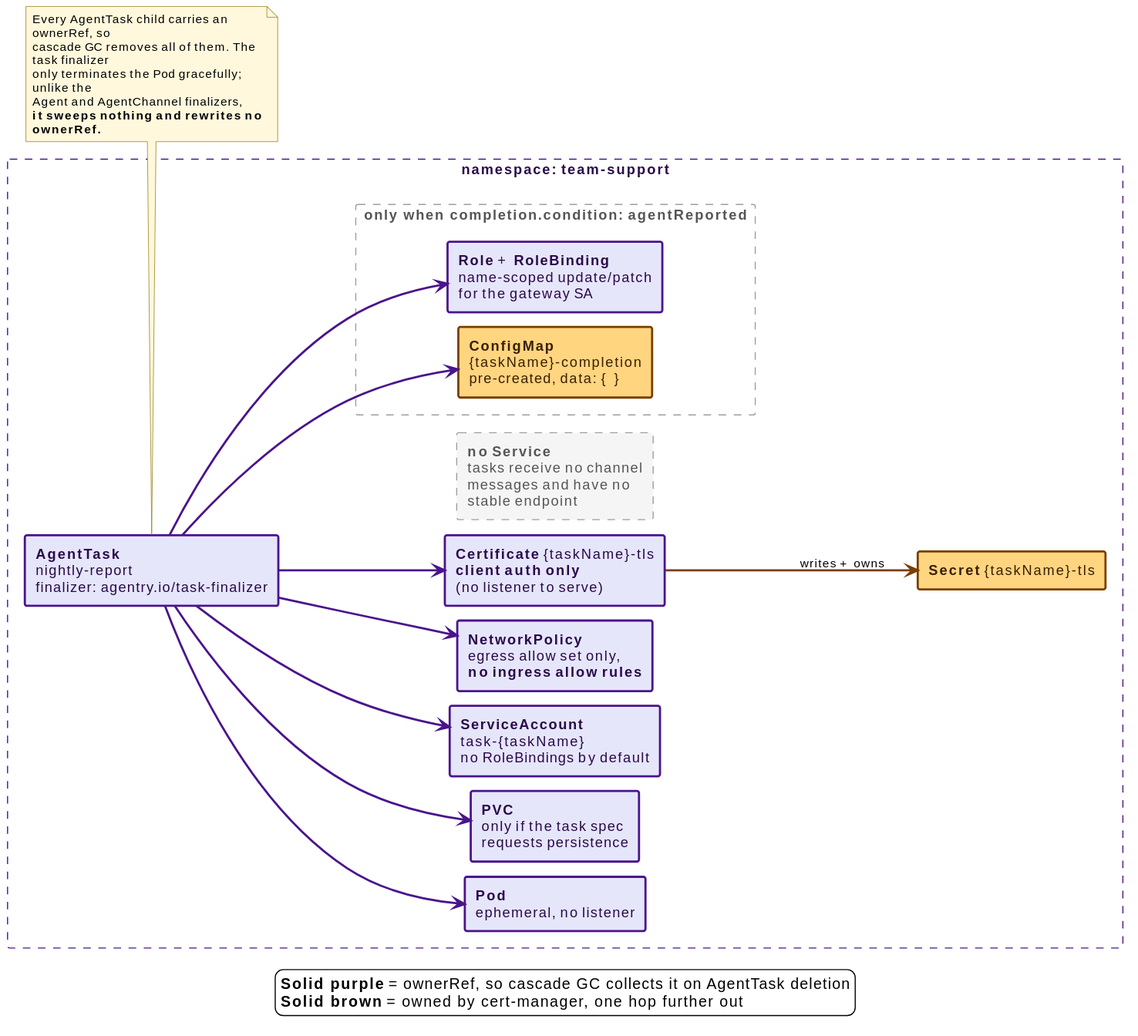
Before: docs/src/diagrams/child-resource-ownership-task.svg, a diagram exported from PlantUML (win07xp/kaalm). The source it was exported from:
```plantuml
@startuml
!include _style.puml
left to right direction

skinparam nodesep 14
skinparam ranksep 60
skinparam rectangle {
  roundCorner 4
}

rectangle "namespace: **team-support**" as ns #line:4A148C;line.dashed;text:2a0a4a {

  rectangle "**AgentTask**\nnightly-report\nfinalizer: agentry.io/task-finalizer" as task #back:E6E6FA;line:4A148C;line.bold;text:2a0a4a

  rectangle "**Pod**\nephemeral, no listener" as pod #back:E6E6FA;line:4A148C;line.bold;text:2a0a4a
  rectangle "**PVC**\nonly if the task spec\nrequests persistence" as pvc #back:E6E6FA;line:4A148C;line.bold;text:2a0a4a
  rectangle "**ServiceAccount**\ntask-{taskName}\nno RoleBindings by default" as sa #back:E6E6FA;line:4A148C;line.bold;text:2a0a4a
  rectangle "**NetworkPolicy**\negress allow set only,\n**no ingress allow rules**" as np #back:E6E6FA;line:4A148C;line.bold;text:2a0a4a
  rectangle "**Certificate** {taskName}-tls\n**client auth only**\n(no listener to serve)" as cert #back:E6E6FA;line:4A148C;line.bold;text:2a0a4a

  rectangle "**Secret** {taskName}-tls" as secret #back:FFD580;line:7a3f00;line.bold;text:3a1f00

  rectangle "only when completion.condition: **agentReported**" as reported #line:9E9E9E;line.dashed;text:555555 {
    rectangle "**ConfigMap**\n{taskName}-completion\npre-created, data: {}" as cm #back:FFD580;line:7a3f00;line.bold;text:3a1f00
    rectangle "**Role** + **RoleBinding**\nname-scoped update/patch\nfor the gateway SA" as rbac #back:E6E6FA;line:4A148C;line.bold;text:2a0a4a
  }

  rectangle "**no Service**\ntasks receive no channel\nmessages and have no\nstable endpoint" as nosvc #back:F5F5F5;line:9E9E9E;line.dashed;text:555555
}

task -[#4A148C,bold]-> pod
task -[#4A148C,bold]-> pvc
task -[#4A148C,bold]-> sa
task -[#4A148C,bold]-> np
task -[#4A148C,bold]-> cert
task -[#4A148C,bold]-> cm
task -[#4A148C,bold]-> rbac

cert -[#7a3f00,bold]-> secret : writes + owns

task -[hidden]-> nosvc

note bottom of task
  Every AgentTask child carries an ownerRef, so
  cascade GC removes all of them. The task finalizer
  only terminates the Pod gracefully; unlike the
  Agent and AgentChannel finalizers,
  **it sweeps nothing and rewrites no ownerRef.**
end note

legend bottom
  **Solid purple** = ownerRef, so cascade GC collects it on AgentTask deletion
  **Solid brown** = owned by cert-manager, one hop further out
endlegend
@enduml
```
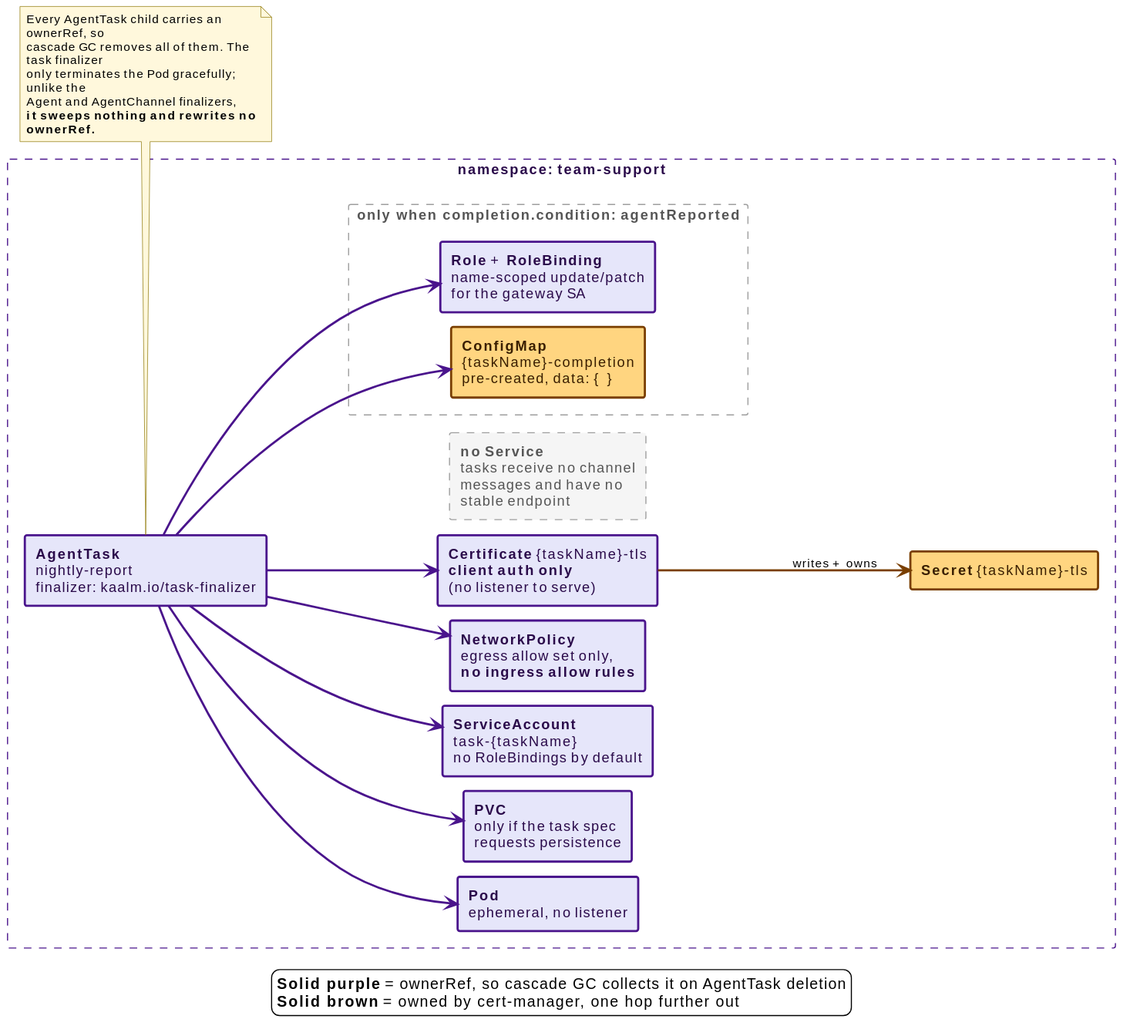
Above is the later version.

What changed in the source:
```diff
@@ -10,7 +10,7 @@
 
 rectangle "namespace: **team-support**" as ns #line:4A148C;line.dashed;text:2a0a4a {
 
-  rectangle "**AgentTask**\nnightly-report\nfinalizer: agentry.io/task-finalizer" as task #back:E6E6FA;line:4A148C;line.bold;text:2a0a4a
+  rectangle "**AgentTask**\nnightly-report\nfinalizer: kaalm.io/task-finalizer" as task #back:E6E6FA;line:4A148C;line.bold;text:2a0a4a
 
   rectangle "**Pod**\nephemeral, no listener" as pod #back:E6E6FA;line:4A148C;line.bold;text:2a0a4a
   rectangle "**PVC**\nonly if the task spec\nrequests persistence" as pvc #back:E6E6FA;line:4A148C;line.bold;text:2a0a4a
```
